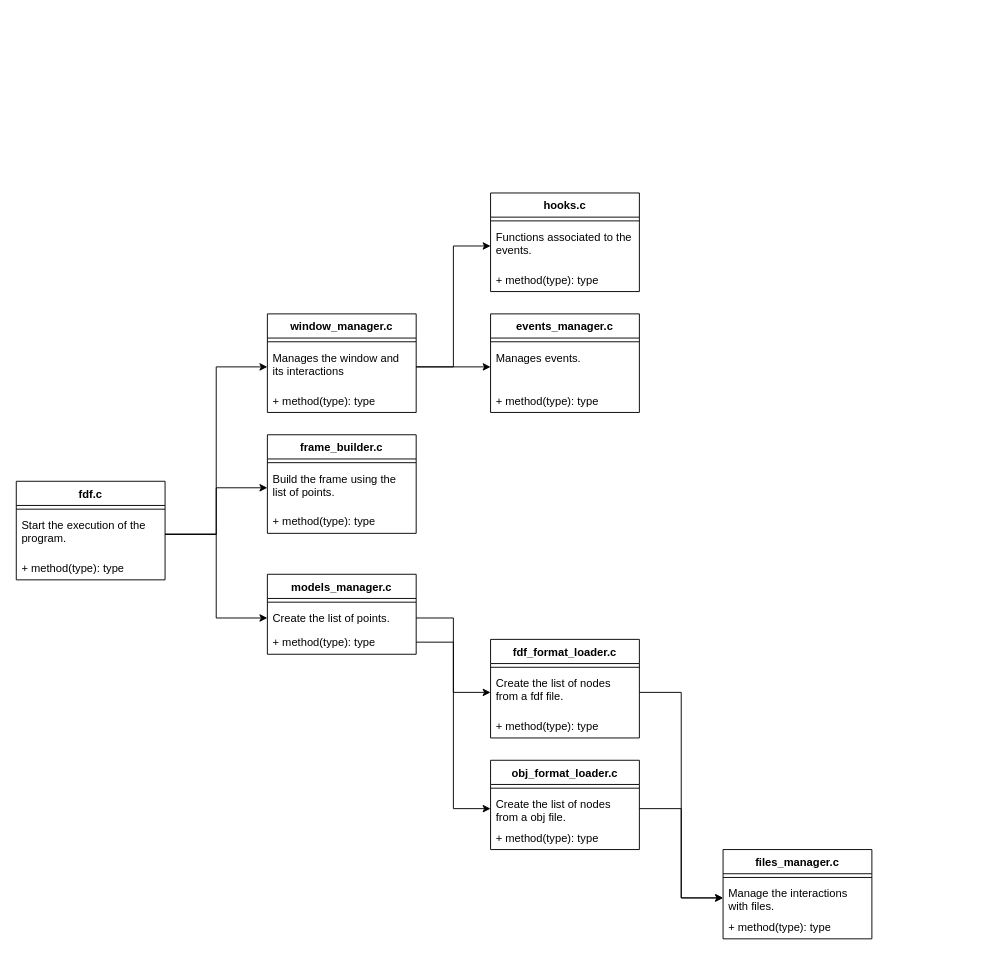
The draw.io diagram page "classes" (3 of 4) of Untitled Diagram.drawio in nythocampos/42_code, before the edit. Source tidied: cells renumbered, new cells numbered last; positions are measured from the earlier drawing's top-left corner, leaving out a move shared by most shapes. Both pictures are drawn from the tidied source at 93%, with x=0, y=0 at pixel (16, 193).
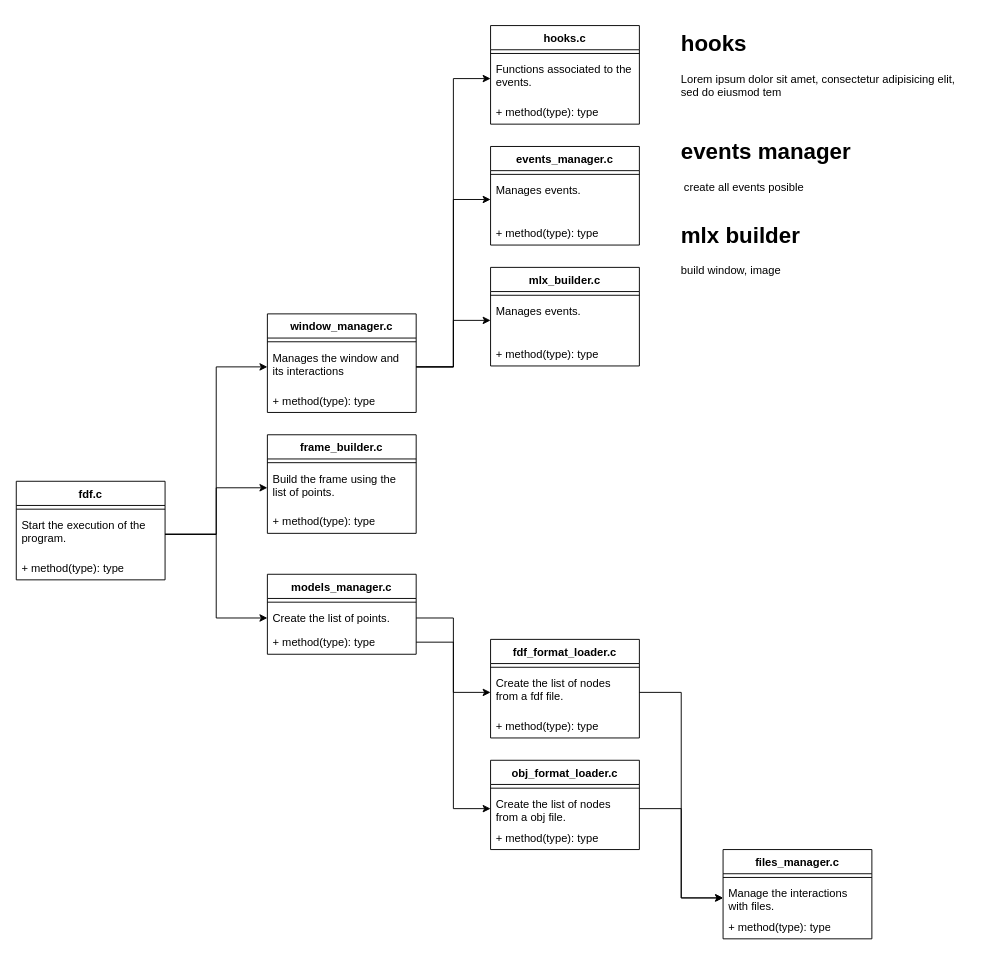
After the change.

The change refers to these unchanged cells:
```xml
<mxCell id="34" value="Manages the window and its interactions" style="text;strokeColor=none;fillColor=none;align=left;verticalAlign=top;spacingLeft=4;spacingRight=4;overflow=hidden;points=[[0,0.5],[1,0.5]];portConstraint=eastwest;whiteSpace=wrap;html=1;" parent="32" vertex="1">
  <mxGeometry y="34" width="160" height="46" as="geometry" />
</mxCell>
```

Change to the diagram source:
```diff
@@
     <mxCell id="36" value="hooks.c" style="swimlane;fontStyle=1;align=center;verticalAlign=top;horizontal=1;startSize=26;whiteSpace=wrap;html=1;" parent="1" vertex="1">
-      <mxGeometry x="510" width="160" height="106" as="geometry" />
+      <mxGeometry x="510" y="-180" width="160" height="106" as="geometry" />
     </mxCell>
@@
     <mxCell id="40" value="events_manager.c" style="swimlane;fontStyle=1;align=center;verticalAlign=top;horizontal=1;startSize=26;whiteSpace=wrap;html=1;" parent="1" vertex="1">
-      <mxGeometry x="510" y="130" width="160" height="106" as="geometry" />
+      <mxGeometry x="510" y="-50" width="160" height="106" as="geometry" />
     </mxCell>
@@
+    <mxCell id="47" value="mlx_builder.c" style="swimlane;fontStyle=1;align=center;verticalAlign=top;horizontal=1;startSize=26;whiteSpace=wrap;html=1;" parent="1" vertex="1">
+      <mxGeometry x="510" y="80" width="160" height="106" as="geometry" />
+    </mxCell>
+    <mxCell id="48" style="line;strokeWidth=1;fillColor=none;align=left;verticalAlign=middle;spacingTop=-1;spacingLeft=3;spacingRight=3;labelPosition=right;strokeColor=inherit;" parent="47" vertex="1">
+      <mxGeometry y="26" width="160" height="8" as="geometry" />
+    </mxCell>
+    <mxCell id="49" value="Manages events." style="text;strokeColor=none;fillColor=none;align=left;verticalAlign=top;spacingLeft=4;spacingRight=4;overflow=hidden;points=[[0,0.5],[1,0.5]];portConstraint=eastwest;whiteSpace=wrap;html=1;" parent="47" vertex="1">
+      <mxGeometry y="34" width="160" height="46" as="geometry" />
+    </mxCell>
+    <mxCell id="50" value="+ method(type): type" style="text;strokeColor=none;fillColor=none;align=left;verticalAlign=top;spacingLeft=4;spacingRight=4;overflow=hidden;whiteSpace=wrap;html=1;" parent="47" vertex="1">
+      <mxGeometry y="80" width="160" height="26" as="geometry" />
+    </mxCell>
+    <mxCell id="51" style="edgeStyle=orthogonalEdgeStyle;rounded=0;jettySize=auto;html=1;exitX=1;exitY=0.5;exitDx=0;exitDy=0;entryX=0;entryY=0.5;entryDx=0;entryDy=0;" parent="1" edge="1" source="34" target="49">
+      <mxGeometry relative="1" as="geometry" />
+    </mxCell>
+    <mxCell id="52" value="&lt;h1&gt;hooks&lt;/h1&gt;&lt;p&gt;Lorem ipsum dolor sit amet, consectetur adipisicing elit, sed do eiusmod tem&lt;/p&gt;&lt;p&gt;&lt;br&gt;&lt;/p&gt;&lt;h1 style=&quot;border-color: var(--border-color);&quot;&gt;events manager&lt;/h1&gt;&lt;div&gt;&lt;span style=&quot;background-color: initial;&quot;&gt;&amp;nbsp;create all events posible&lt;/span&gt;&lt;br&gt;&lt;/div&gt;&lt;div&gt;&lt;br&gt;&lt;/div&gt;&lt;div&gt;&lt;h1 style=&quot;border-color: var(--border-color);&quot;&gt;mlx builder&lt;/h1&gt;&lt;/div&gt;&lt;div&gt;build window, image&lt;/div&gt;" style="text;html=1;strokeColor=none;fillColor=none;spacing=5;spacingTop=-20;whiteSpace=wrap;overflow=hidden;rounded=0;" parent="1" vertex="1">
+      <mxGeometry x="710" y="-180" width="310" height="380" as="geometry" />
+    </mxCell>
```
